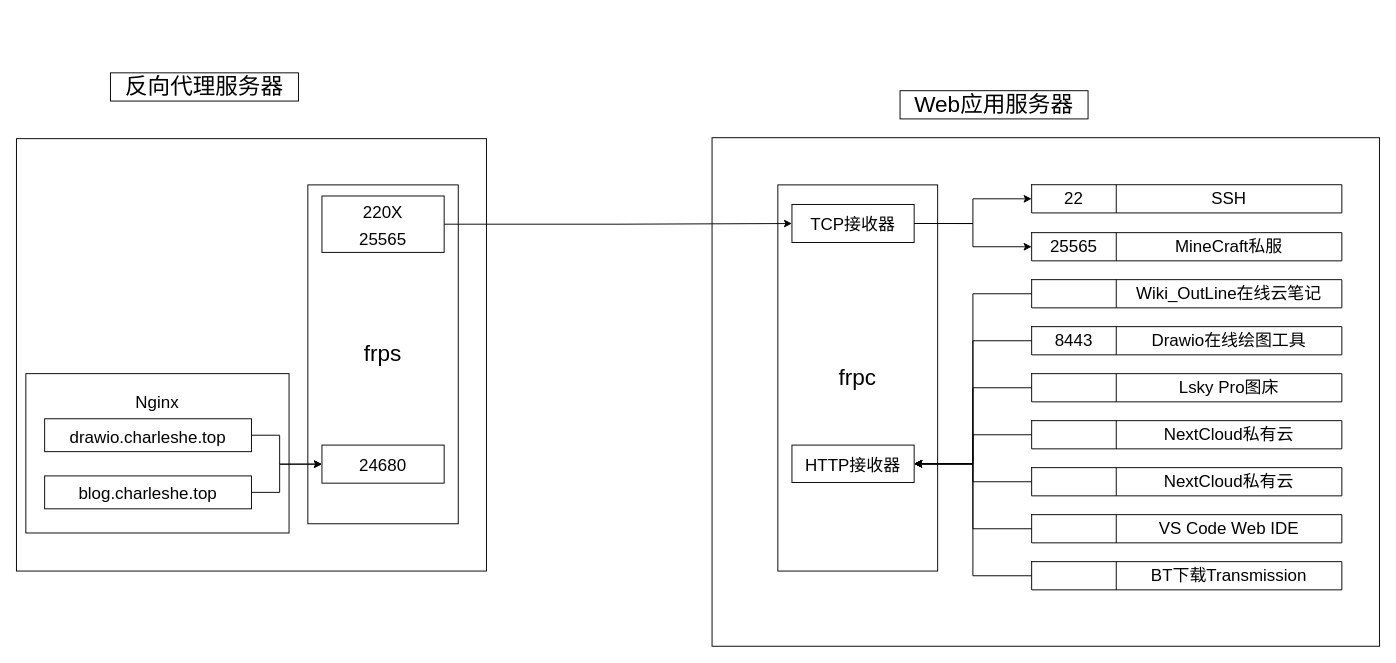
The draw.io diagram service.drawio in CharlesHJC/CICD, before the edit. Source tidied: cells renumbered, new cells numbered last; positions are measured from the earlier drawing's top-left corner, leaving out a move shared by most shapes. Both pictures are drawn from the tidied source at 94%, with x=0, y=0 at pixel (16, 72).
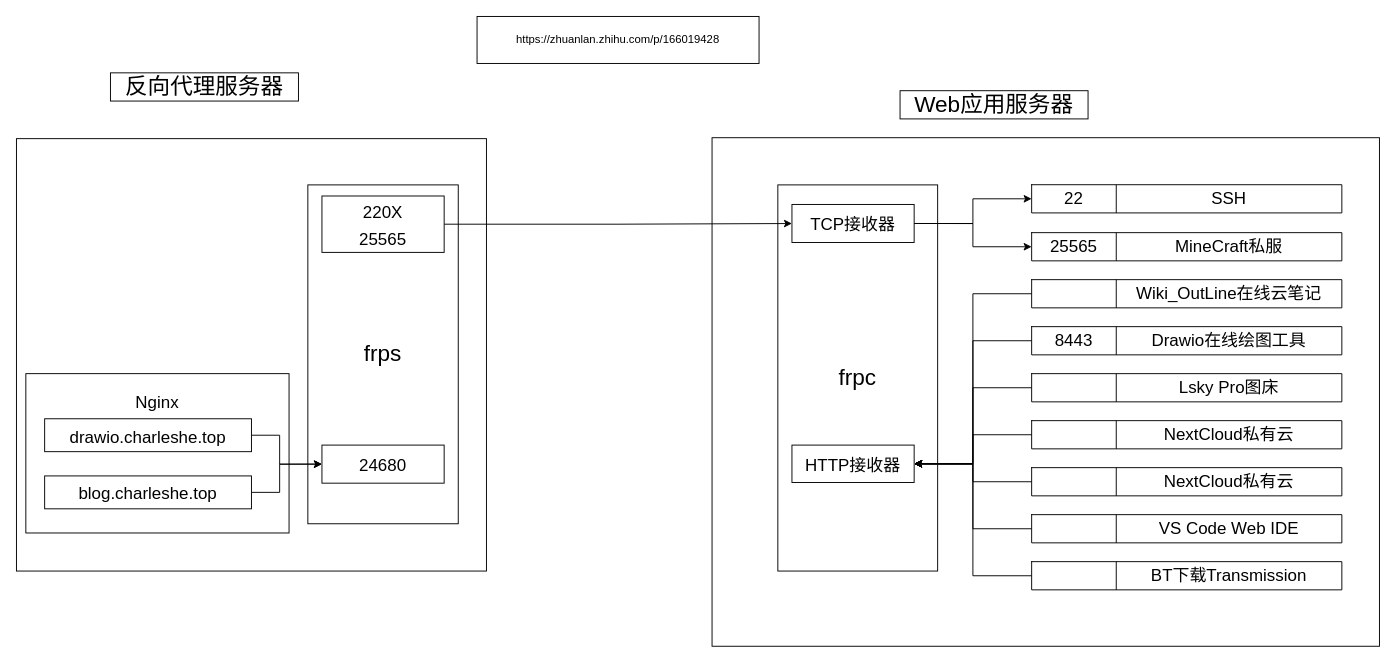
The same diagram, later.

What changed in the source:
```diff
@@
+    <mxCell id="63" value="https://zhuanlan.zhihu.com/p/166019428" style="whiteSpace=wrap;html=1;" parent="1" vertex="1">
+      <mxGeometry x="490" y="-60" width="300" height="50" as="geometry" />
+    </mxCell>
```
